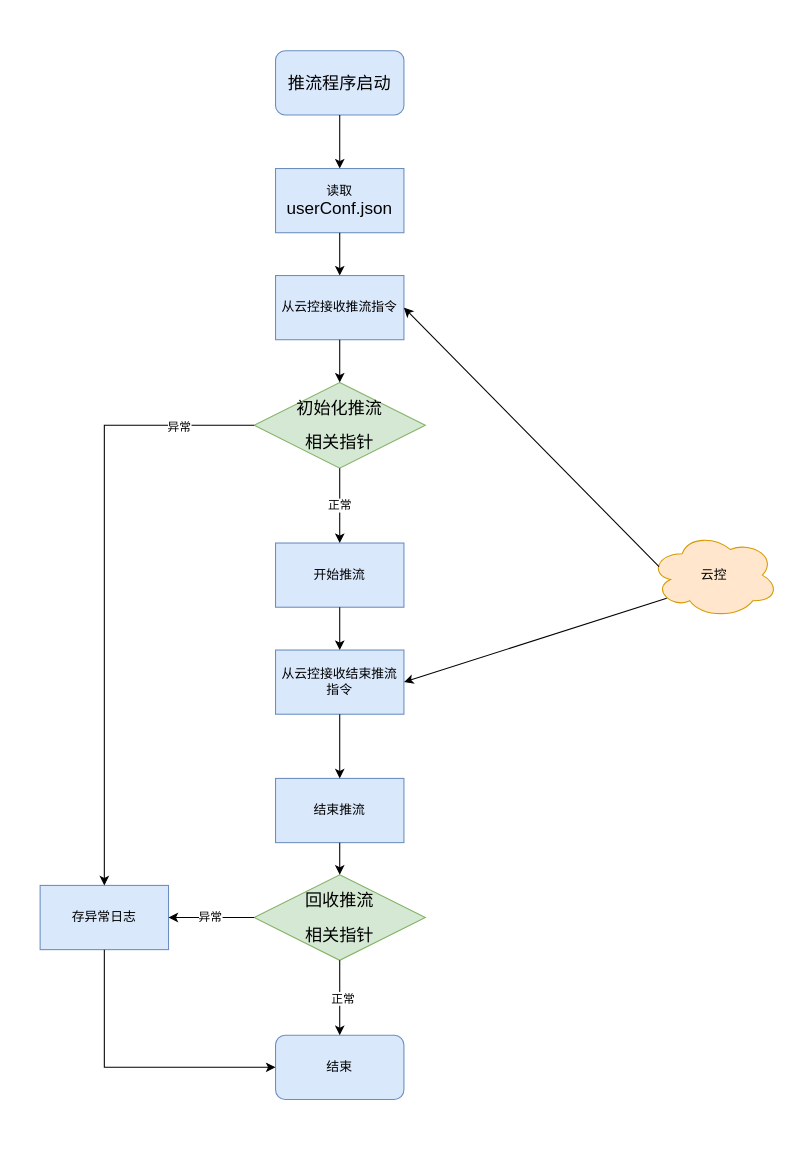
Before: 推流系统框图与信号流图.drawio in xiaoleli/diagrams, a draw.io diagram. Source tidied: cells renumbered, new cells numbered last; positions are measured from the earlier drawing's top-left corner, leaving out a move shared by most shapes. Both pictures are drawn from the tidied source at 107%, with x=0, y=0 at pixel (40, 50).
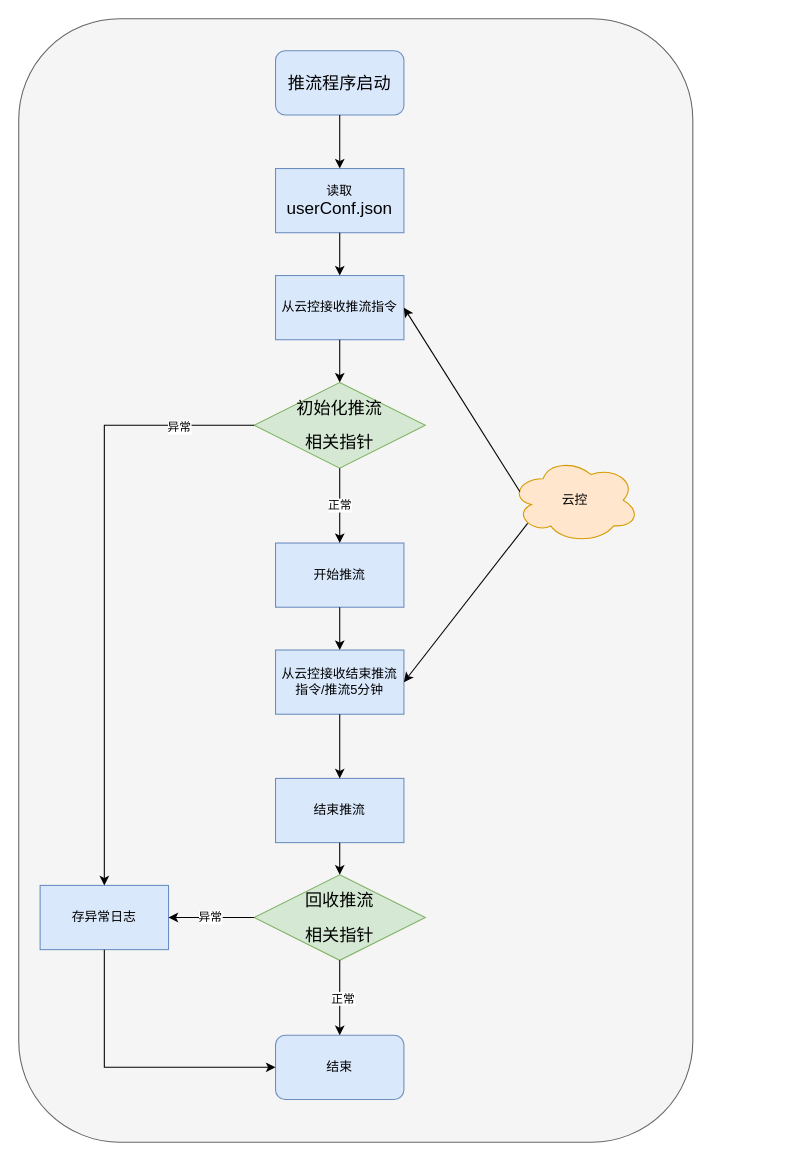
Above is the later version.

Commit message:
更新推流系统框图与信号流图.drawio

Change to the diagram source:
```diff
@@
+    <mxCell id="30" style="rounded=1;whiteSpace=wrap;html=1;fillColor=#f5f5f5;fontColor=#333333;strokeColor=#666666;" parent="1" vertex="1">
+      <mxGeometry x="-20" y="-30" width="630" height="1050" as="geometry" />
+    </mxCell>
@@
     <mxCell id="5" value="云控" style="ellipse;shape=cloud;whiteSpace=wrap;html=1;fillColor=#ffe6cc;strokeColor=#d79b00;" parent="1" vertex="1">
-      <mxGeometry x="570" y="450" width="120" height="80" as="geometry" />
+      <mxGeometry x="440" y="380" width="120" height="80" as="geometry" />
     </mxCell>
@@
-    <mxCell id="10" value="从云控接收结束推流指令" style="rounded=0;whiteSpace=wrap;html=1;fillColor=#dae8fc;strokeColor=#6c8ebf;" parent="1" vertex="1">
+    <mxCell id="10" value="从云控接收结束推流指令/推流5分钟" style="rounded=0;whiteSpace=wrap;html=1;fillColor=#dae8fc;strokeColor=#6c8ebf;" parent="1" vertex="1">
       <mxGeometry x="220" y="560" width="120" height="60" as="geometry" />
     </mxCell>
```
